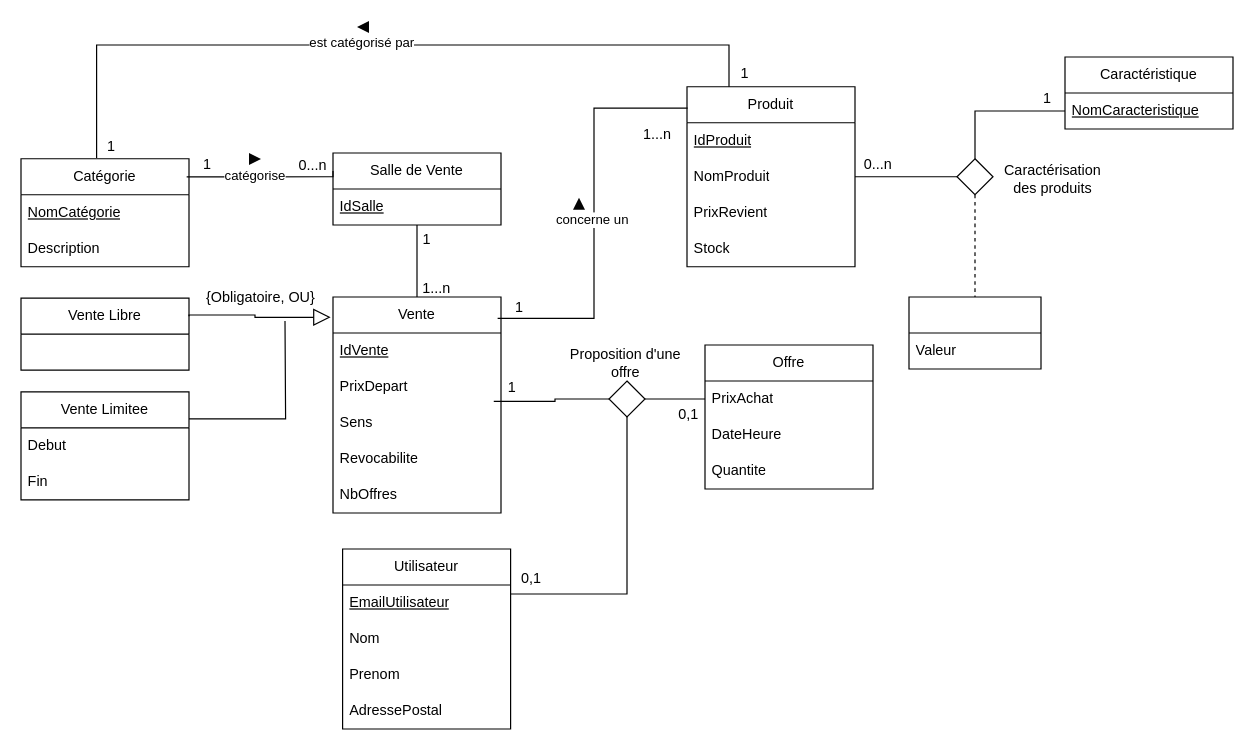
This is entite_association.drawio from AbelPrudhommeLacroix/enchere, a draw.io file, before an edit. Source tidied: cells renumbered, new cells numbered last; positions are measured from the earlier drawing's top-left corner, leaving out a move shared by most shapes. Both pictures are drawn from the tidied source at 120%, with x=0, y=0 at pixel (20, 20).
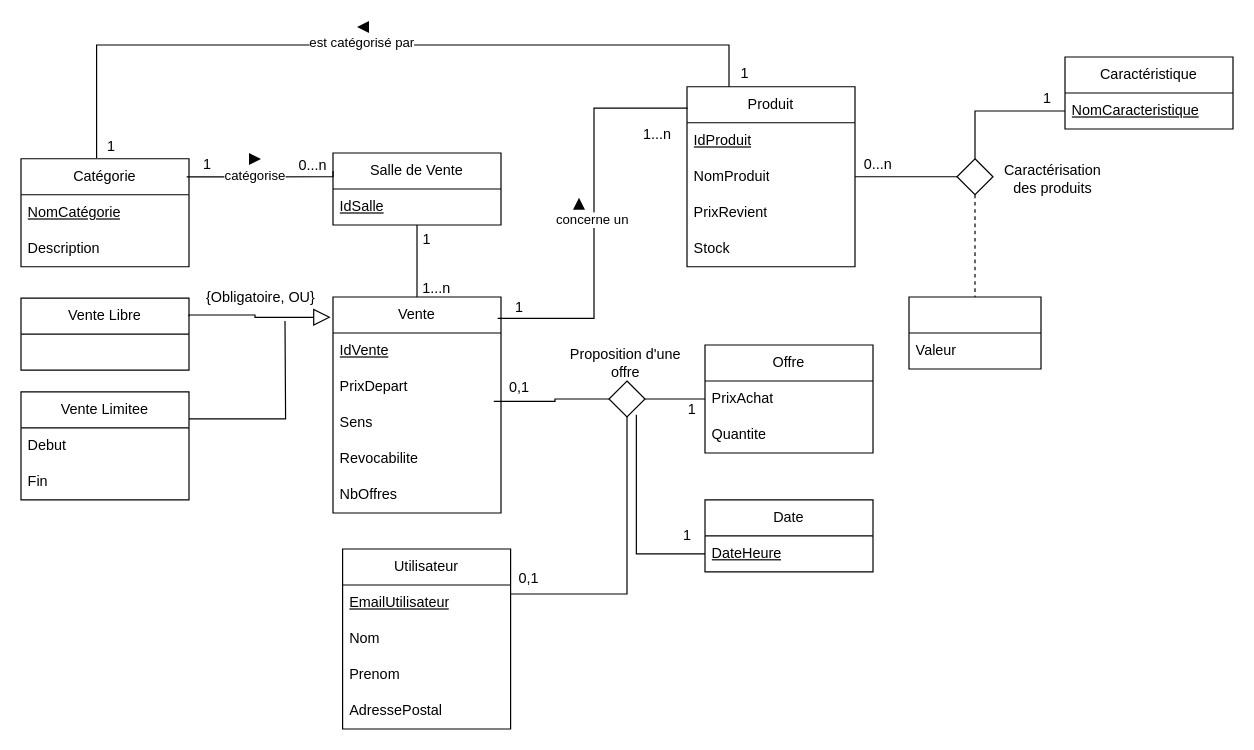
The same diagram, later.

Unchanged cells that the change refers to:
```xml
<mxCell id="60" style="rhombus;whiteSpace=wrap;html=1;" parent="1" vertex="1">
  <mxGeometry x="490" y="300" width="30" height="30" as="geometry" />
</mxCell>
```

Diff of the diagram source:
```diff
@@
     <mxCell id="31" value="Offre" style="swimlane;fontStyle=0;horizontal=1;startSize=30;whiteSpace=wrap;html=1;" parent="1" vertex="1">
-      <mxGeometry x="570" y="270" width="140" height="120" as="geometry" />
+      <mxGeometry x="570" y="270" width="140" height="90" as="geometry" />
     </mxCell>
@@
-    <mxCell id="33" value="DateHeure" style="text;strokeColor=none;fillColor=none;align=left;verticalAlign=middle;spacingLeft=4;spacingRight=4;overflow=hidden;points=[[0,0.5],[1,0.5]];portConstraint=eastwest;whiteSpace=wrap;html=1;" parent="31" vertex="1">
-      <mxGeometry y="60" width="140" height="30" as="geometry" />
-    </mxCell>
     <mxCell id="34" value="Quantite" style="text;strokeColor=none;fillColor=none;align=left;verticalAlign=middle;spacingLeft=4;spacingRight=4;overflow=hidden;whiteSpace=wrap;html=1;" parent="31" vertex="1">
-      <mxGeometry y="90" width="140" height="30" as="geometry" />
+      <mxGeometry y="60" width="140" height="30" as="geometry" />
     </mxCell>
@@
-    <mxCell id="64" value="1" style="text;html=1;align=center;verticalAlign=middle;strokeColor=none;fillColor=none;" parent="1" vertex="1">
-      <mxGeometry x="394" y="291" width="30" height="30" as="geometry" />
+    <mxCell id="64" value="0,1" style="text;html=1;align=center;verticalAlign=middle;strokeColor=none;fillColor=none;" parent="1" vertex="1">
+      <mxGeometry x="395" y="291" width="40" height="30" as="geometry" />
     </mxCell>
-    <mxCell id="65" value="0,1" style="text;html=1;align=center;verticalAlign=middle;strokeColor=none;fillColor=none;" parent="1" vertex="1">
-      <mxGeometry x="536" y="313" width="40" height="30" as="geometry" />
+    <mxCell id="65" value="1" style="text;html=1;align=center;verticalAlign=middle;strokeColor=none;fillColor=none;" parent="1" vertex="1">
+      <mxGeometry x="544" y="309" width="30" height="30" as="geometry" />
     </mxCell>
     <mxCell id="66" value="0,1" style="text;html=1;align=center;verticalAlign=middle;strokeColor=none;fillColor=none;" parent="1" vertex="1">
-      <mxGeometry x="405" y="450" width="40" height="30" as="geometry" />
+      <mxGeometry x="403" y="450" width="40" height="30" as="geometry" />
     </mxCell>
@@
+    <mxCell id="72" value="Date" style="swimlane;fontStyle=0;horizontal=1;startSize=30;whiteSpace=wrap;html=1;" parent="1" vertex="1">
+      <mxGeometry x="570" y="399" width="140" height="60" as="geometry" />
+    </mxCell>
+    <mxCell id="33" value="&lt;u&gt;DateHeure&lt;/u&gt;" style="text;strokeColor=none;fillColor=none;align=left;verticalAlign=middle;spacingLeft=4;spacingRight=4;overflow=hidden;points=[[0,0.5],[1,0.5]];portConstraint=eastwest;whiteSpace=wrap;html=1;" parent="72" vertex="1">
+      <mxGeometry y="30" width="140" height="30" as="geometry" />
+    </mxCell>
+    <mxCell id="73" style="edgeStyle=orthogonalEdgeStyle;rounded=0;jettySize=auto;html=1;exitX=0;exitY=0.5;exitDx=0;exitDy=0;entryX=0.76;entryY=0.94;entryDx=0;entryDy=0;entryPerimeter=0;endArrow=none;endFill=0;" parent="1" edge="1" source="33" target="60">
+      <mxGeometry relative="1" as="geometry" />
+    </mxCell>
+    <mxCell id="74" value="1" style="text;html=1;align=center;verticalAlign=middle;strokeColor=none;fillColor=none;" parent="1" vertex="1">
+      <mxGeometry x="540" y="414" width="30" height="30" as="geometry" />
+    </mxCell>
```
